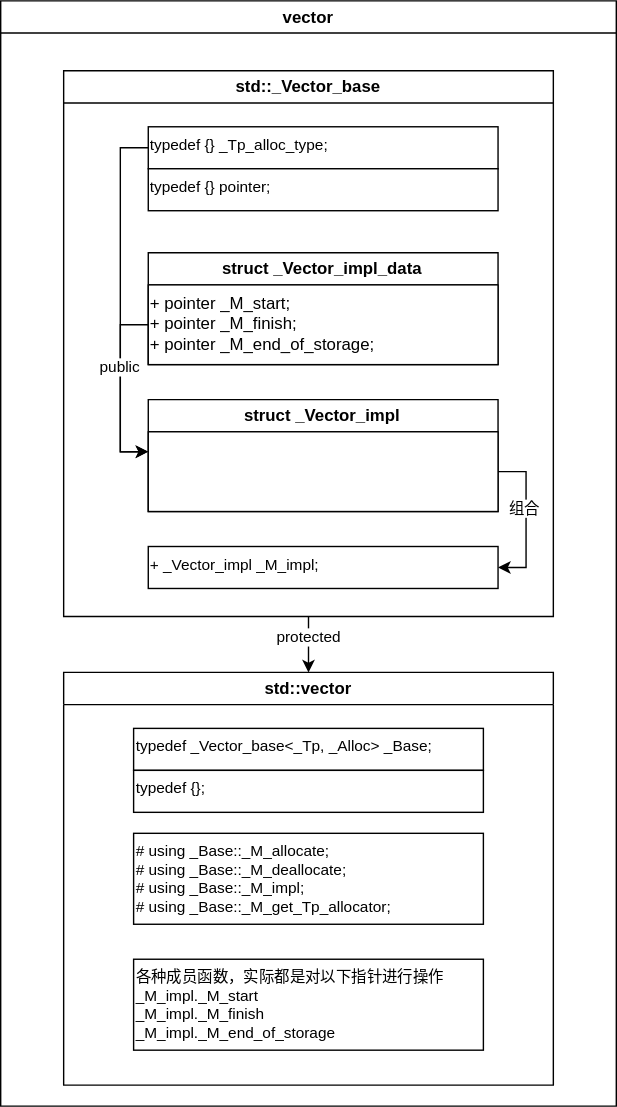
Earlier version of the draw.io export media/image/2023-01-14-STL图解/vector.drawio.svg (august295/august295.github.io). Source tidied: cells renumbered, new cells last; positions are measured from the earlier drawing's top-left corner, leaving out a move shared by most shapes.
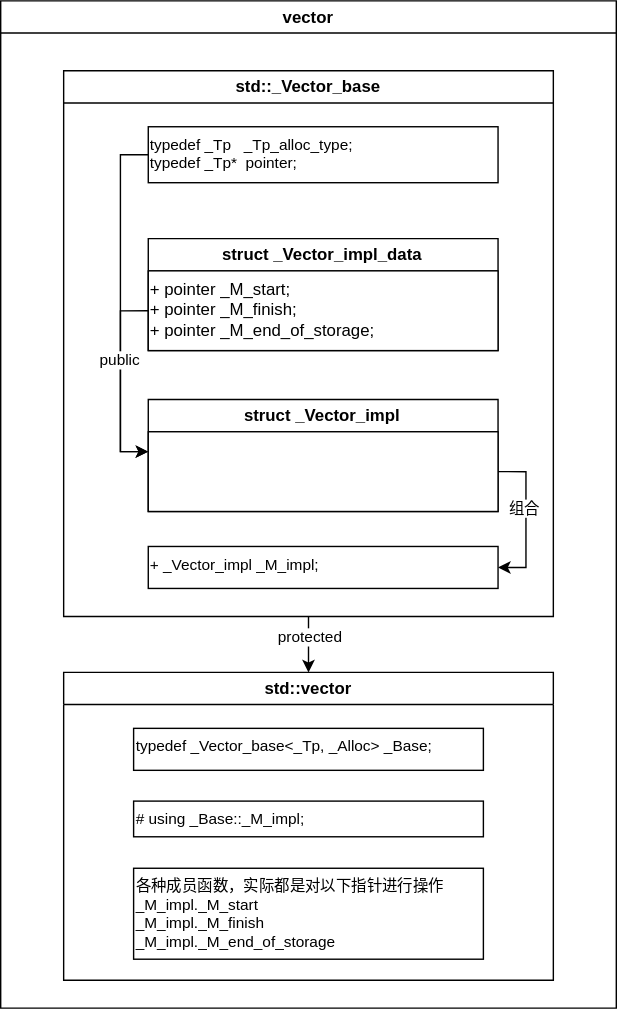
Later version of the same file.

Change to the diagram source:
```diff
@@ -3,9 +3,9 @@
     <mxCell id="0" />
     <mxCell id="1" parent="0" />
     <mxCell id="2" value="vector" style="swimlane;whiteSpace=wrap;html=1;" parent="1" vertex="1">
-      <mxGeometry width="440" height="790" as="geometry" />
+      <mxGeometry width="440" height="720" as="geometry" />
     </mxCell>
-    <mxCell id="3" style="edgeStyle=orthogonalEdgeStyle;rounded=0;jettySize=auto;html=1;exitX=0.5;exitY=1;exitDx=0;exitDy=0;entryX=0.5;entryY=0;entryDx=0;entryDy=0;" parent="2" edge="1" source="5" target="18">
+    <mxCell id="3" style="edgeStyle=orthogonalEdgeStyle;rounded=0;jettySize=auto;html=1;exitX=0.5;exitY=1;exitDx=0;exitDy=0;entryX=0.5;entryY=0;entryDx=0;entryDy=0;" parent="2" edge="1" source="5" target="17">
       <mxGeometry relative="1" as="geometry" />
     </mxCell>
     <mxCell id="4" value="protected" style="edgeLabel;html=1;align=center;verticalAlign=middle;" parent="3" vertex="1">
@@ -15,55 +15,49 @@
       <mxGeometry x="45" y="50" width="350" height="390" as="geometry" />
     </mxCell>
     <mxCell id="6" value="struct _Vector_impl_data" style="swimlane;whiteSpace=wrap;html=1;" parent="5" vertex="1">
-      <mxGeometry x="60.5" y="130" width="250" height="80" as="geometry" />
+      <mxGeometry x="60.5" y="120" width="250" height="80" as="geometry" />
     </mxCell>
     <mxCell id="7" value="&lt;div&gt;&lt;span style=&quot;&quot;&gt;&lt;/span&gt;+ pointer _M_start;&lt;/div&gt;&lt;div&gt;&lt;span style=&quot;&quot;&gt;&lt;/span&gt;+ pointer _M_finish;&lt;/div&gt;&lt;div&gt;&lt;span style=&quot;&quot;&gt;&lt;/span&gt;+ pointer _M_end_of_storage;&lt;/div&gt;" style="whiteSpace=wrap;html=1;align=left;verticalAlign=top;" parent="6" vertex="1">
       <mxGeometry y="23" width="250" height="57" as="geometry" />
     </mxCell>
-    <mxCell id="8" style="edgeStyle=orthogonalEdgeStyle;rounded=0;jettySize=auto;html=1;exitX=0;exitY=0.5;exitDx=0;exitDy=0;entryX=0;entryY=0.25;entryDx=0;entryDy=0;" parent="5" edge="1" source="9" target="12">
+    <mxCell id="8" style="edgeStyle=orthogonalEdgeStyle;rounded=0;jettySize=auto;html=1;exitX=0;exitY=0.5;exitDx=0;exitDy=0;entryX=0;entryY=0.25;entryDx=0;entryDy=0;" parent="5" edge="1" source="9" target="11">
       <mxGeometry relative="1" as="geometry" />
     </mxCell>
-    <mxCell id="9" value="&lt;div&gt;typedef {}&amp;nbsp;&lt;span style=&quot;background-color: initial;&quot;&gt;_Tp_alloc_type;&lt;/span&gt;&lt;/div&gt;" style="whiteSpace=wrap;html=1;fontFamily=Helvetica;fontSize=11;align=left;verticalAlign=top;" parent="5" vertex="1">
-      <mxGeometry x="60.5" y="40" width="250" height="30" as="geometry" />
+    <mxCell id="9" value="&lt;div&gt;typedef&amp;nbsp;_Tp&amp;nbsp; &amp;nbsp;&lt;span style=&quot;background-color: initial;&quot;&gt;_Tp_alloc_type;&lt;/span&gt;&lt;/div&gt;&lt;div&gt;&lt;span style=&quot;background-color: initial;&quot;&gt;typedef _Tp*&amp;nbsp; pointer;&lt;br&gt;&lt;/span&gt;&lt;/div&gt;" style="whiteSpace=wrap;html=1;fontFamily=Helvetica;fontSize=11;align=left;verticalAlign=top;" parent="5" vertex="1">
+      <mxGeometry x="60.5" y="40" width="250" height="40" as="geometry" />
     </mxCell>
-    <mxCell id="10" value="&lt;div&gt;typedef {}&amp;nbsp;&lt;span style=&quot;background-color: initial;&quot;&gt;pointer;&lt;/span&gt;&lt;/div&gt;" style="whiteSpace=wrap;html=1;fontFamily=Helvetica;fontSize=11;align=left;verticalAlign=top;" parent="5" vertex="1">
-      <mxGeometry x="60.5" y="70" width="250" height="30" as="geometry" />
+    <mxCell id="10" value="struct _Vector_impl" style="swimlane;whiteSpace=wrap;html=1;" parent="5" vertex="1">
+      <mxGeometry x="60.5" y="235" width="250" height="80" as="geometry" />
     </mxCell>
-    <mxCell id="11" value="struct _Vector_impl" style="swimlane;whiteSpace=wrap;html=1;" parent="5" vertex="1">
-      <mxGeometry x="60.5" y="235" width="250" height="80" as="geometry" />
+    <mxCell id="11" value="&lt;span style=&quot;&quot;&gt;&lt;/span&gt;" style="whiteSpace=wrap;html=1;align=left;verticalAlign=top;" parent="10" vertex="1">
+      <mxGeometry y="23" width="250" height="57" as="geometry" />
     </mxCell>
-    <mxCell id="12" value="&lt;span style=&quot;&quot;&gt;&lt;/span&gt;" style="whiteSpace=wrap;html=1;align=left;verticalAlign=top;" parent="11" vertex="1">
-      <mxGeometry y="23" width="250" height="57" as="geometry" />
+    <mxCell id="12" style="edgeStyle=orthogonalEdgeStyle;rounded=0;jettySize=auto;html=1;exitX=0;exitY=0.5;exitDx=0;exitDy=0;entryX=0;entryY=0.25;entryDx=0;entryDy=0;" parent="5" edge="1" source="7" target="11">
+      <mxGeometry relative="1" as="geometry" />
     </mxCell>
-    <mxCell id="13" style="edgeStyle=orthogonalEdgeStyle;rounded=0;jettySize=auto;html=1;exitX=0;exitY=0.5;exitDx=0;exitDy=0;entryX=0;entryY=0.25;entryDx=0;entryDy=0;" parent="5" edge="1" source="7" target="12">
-      <mxGeometry relative="1" as="geometry" />
+    <mxCell id="13" value="public" style="edgeLabel;html=1;align=center;verticalAlign=middle;" parent="12" vertex="1">
+      <mxGeometry x="-0.23" y="-1" relative="1" as="geometry" />
     </mxCell>
-    <mxCell id="14" value="public" style="edgeLabel;html=1;align=center;verticalAlign=middle;points=[];" parent="13" vertex="1">
-      <mxGeometry x="-0.23" y="-1" relative="1" as="geometry" />
+    <mxCell id="14" value="&lt;div&gt;+ _Vector_impl _M_impl;&lt;/div&gt;" style="whiteSpace=wrap;html=1;fontFamily=Helvetica;fontSize=11;align=left;verticalAlign=top;" parent="5" vertex="1">
+      <mxGeometry x="60.5" y="340" width="250" height="30" as="geometry" />
     </mxCell>
-    <mxCell id="15" value="&lt;div&gt;+ _Vector_impl _M_impl;&lt;/div&gt;" style="whiteSpace=wrap;html=1;fontFamily=Helvetica;fontSize=11;align=left;verticalAlign=top;" parent="5" vertex="1">
-      <mxGeometry x="60.5" y="340" width="250" height="30" as="geometry" />
+    <mxCell id="15" style="edgeStyle=orthogonalEdgeStyle;rounded=0;jettySize=auto;html=1;exitX=1;exitY=0.5;exitDx=0;exitDy=0;entryX=1;entryY=0.5;entryDx=0;entryDy=0;" parent="5" edge="1" source="11" target="14">
+      <mxGeometry relative="1" as="geometry" />
     </mxCell>
-    <mxCell id="16" style="edgeStyle=orthogonalEdgeStyle;rounded=0;jettySize=auto;html=1;exitX=1;exitY=0.5;exitDx=0;exitDy=0;entryX=1;entryY=0.5;entryDx=0;entryDy=0;" parent="5" edge="1" source="12" target="15">
-      <mxGeometry relative="1" as="geometry" />
+    <mxCell id="16" value="组合" style="edgeLabel;html=1;align=center;verticalAlign=middle;" parent="15" vertex="1">
+      <mxGeometry x="-0.16" y="-2" relative="1" as="geometry" />
     </mxCell>
-    <mxCell id="17" value="组合" style="edgeLabel;html=1;align=center;verticalAlign=middle;points=[];" parent="16" vertex="1">
-      <mxGeometry x="-0.16" y="-2" relative="1" as="geometry" />
+    <mxCell id="17" value="std::vector" style="swimlane;whiteSpace=wrap;html=1;" parent="2" vertex="1">
+      <mxGeometry x="45" y="480" width="350" height="220" as="geometry" />
     </mxCell>
-    <mxCell id="18" value="std::vector" style="swimlane;whiteSpace=wrap;html=1;" parent="2" vertex="1">
-      <mxGeometry x="45" y="480" width="350" height="295" as="geometry" />
+    <mxCell id="18" value="typedef _Vector_base&amp;lt;_Tp, _Alloc&amp;gt;&lt;span style=&quot;&quot;&gt;&#9;&#9;&#9;&lt;/span&gt;_Base;" style="whiteSpace=wrap;html=1;fontFamily=Helvetica;fontSize=11;align=left;verticalAlign=top;" parent="17" vertex="1">
+      <mxGeometry x="50" y="40" width="250" height="30" as="geometry" />
     </mxCell>
-    <mxCell id="19" value="typedef _Vector_base&amp;lt;_Tp, _Alloc&amp;gt;&lt;span style=&quot;&quot;&gt;&#9;&#9;&#9;&lt;/span&gt;_Base;" style="whiteSpace=wrap;html=1;fontFamily=Helvetica;fontSize=11;align=left;verticalAlign=top;" parent="18" vertex="1">
-      <mxGeometry x="50" y="40" width="250" height="30" as="geometry" />
+    <mxCell id="19" value="&lt;div&gt;&lt;span style=&quot;background-color: initial;&quot;&gt;# using _Base::_M_impl;&lt;/span&gt;&lt;/div&gt;" style="whiteSpace=wrap;html=1;fontFamily=Helvetica;fontSize=11;align=left;verticalAlign=top;" parent="17" vertex="1">
+      <mxGeometry x="50" y="92" width="250" height="25.5" as="geometry" />
     </mxCell>
-    <mxCell id="20" value="&lt;div&gt;typedef {}&lt;span style=&quot;background-color: initial;&quot;&gt;;&lt;/span&gt;&lt;/div&gt;" style="whiteSpace=wrap;html=1;fontFamily=Helvetica;fontSize=11;align=left;verticalAlign=top;" parent="18" vertex="1">
-      <mxGeometry x="50" y="70" width="250" height="30" as="geometry" />
+    <mxCell id="20" value="各种成员函数，实际都是对以下指针进行操作&lt;br&gt;_M_impl._M_start&lt;br&gt;_M_impl._M_finish&lt;br&gt;_M_impl._M_end_of_storage&lt;br&gt;" style="whiteSpace=wrap;html=1;fontFamily=Helvetica;fontSize=11;align=left;verticalAlign=top;" parent="17" vertex="1">
+      <mxGeometry x="50" y="140" width="250" height="65" as="geometry" />
     </mxCell>
-    <mxCell id="21" value="&lt;div&gt;# using _Base::_M_allocate;&lt;/div&gt;&lt;div&gt;# using _Base::_M_deallocate;&lt;/div&gt;&lt;div&gt;# using _Base::_M_impl;&lt;/div&gt;&lt;div&gt;# using _Base::_M_get_Tp_allocator;&lt;/div&gt;" style="whiteSpace=wrap;html=1;fontFamily=Helvetica;fontSize=11;align=left;verticalAlign=top;" parent="18" vertex="1">
-      <mxGeometry x="50" y="115" width="250" height="65" as="geometry" />
-    </mxCell>
-    <mxCell id="22" value="各种成员函数，实际都是对以下指针进行操作&lt;br&gt;_M_impl._M_start&lt;br&gt;_M_impl._M_finish&lt;br&gt;_M_impl._M_end_of_storage&lt;br&gt;" style="whiteSpace=wrap;html=1;fontFamily=Helvetica;fontSize=11;align=left;verticalAlign=top;" parent="18" vertex="1">
-      <mxGeometry x="50" y="205" width="250" height="65" as="geometry" />
-    </mxCell>
   </root>
 </mxGraphModel>
```
